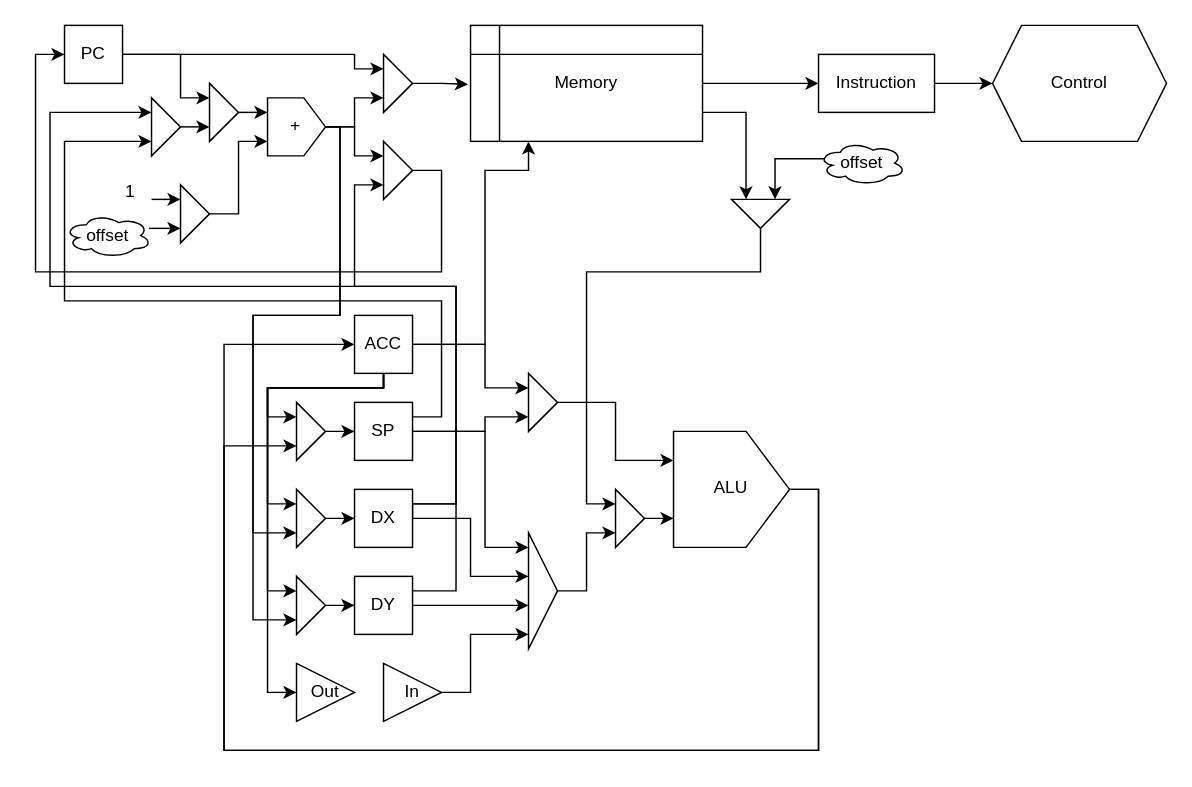
This is Design/datapath.drawio from LithosphereRocketry/Nandy, a draw.io file, before an edit. Source tidied: cells renumbered, new cells numbered last; positions are measured from the earlier drawing's top-left corner, leaving out a move shared by most shapes. Both pictures are drawn from the tidied source at 145%, with x=0, y=0 at pixel (35, 25).
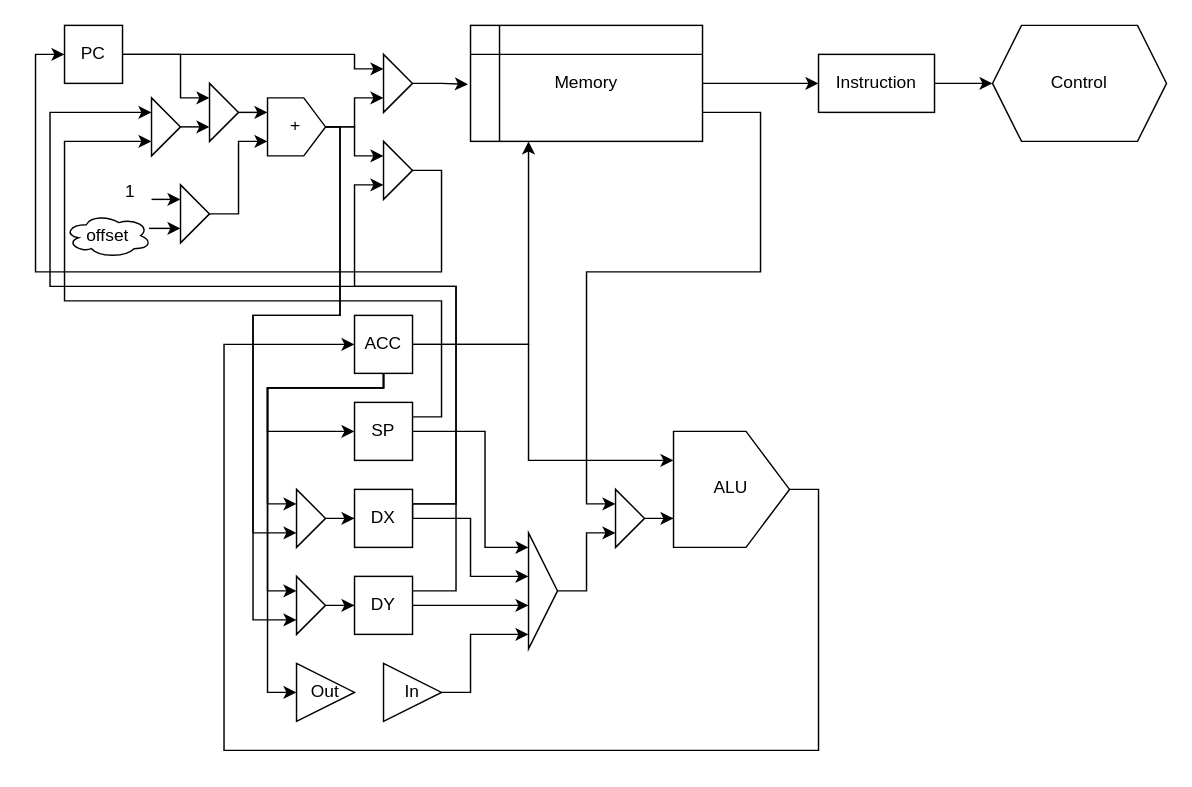
After the change.

Commit message (it also covers changes not shown here):
Datapath updates to remove isp

The change refers to these unchanged cells:
```xml
<mxCell id="4" value="Memory" style="shape=internalStorage;whiteSpace=wrap;html=1;backgroundOutline=1;" parent="1" vertex="1">
  <mxGeometry x="300" width="160" height="80" as="geometry" />
</mxCell>
<mxCell id="31" value="ACC" style="whiteSpace=wrap;html=1;" parent="1" vertex="1">
  <mxGeometry x="220" y="200" width="40" height="40" as="geometry" />
</mxCell>
<mxCell id="35" value="SP" style="whiteSpace=wrap;html=1;" parent="1" vertex="1">
  <mxGeometry x="220" y="260" width="40" height="40" as="geometry" />
</mxCell>
<mxCell id="64" value="ALU" style="shape=offPageConnector;whiteSpace=wrap;html=1;rotation=-90;textDirection=vertical-lr;" parent="1" vertex="1">
  <mxGeometry x="440" y="280" width="80" height="80" as="geometry" />
</mxCell>
<mxCell id="68" style="triangle;whiteSpace=wrap;html=1;rotation=0;" parent="1" vertex="1">
  <mxGeometry x="400" y="320" width="20" height="40" as="geometry" />
</mxCell>
```

The edit, as a diff of the source:
```diff
@@
-    <mxCell id="3" style="edgeStyle=orthogonalEdgeStyle;rounded=0;jettySize=auto;html=1;exitX=1;exitY=0.75;exitDx=0;exitDy=0;entryX=0;entryY=0.75;entryDx=0;entryDy=0;" parent="1" edge="1" source="4" target="66">
-      <mxGeometry relative="1" as="geometry" />
-    </mxCell>
@@
-    <mxCell id="18" style="edgeStyle=orthogonalEdgeStyle;rounded=0;jettySize=auto;html=1;entryX=0;entryY=0.25;entryDx=0;entryDy=0;exitX=0.07;exitY=0.4;exitDx=0;exitDy=0;exitPerimeter=0;" parent="1" edge="1" source="69" target="66">
-      <mxGeometry relative="1" as="geometry" />
-    </mxCell>
@@
-    <mxCell id="25" style="edgeStyle=orthogonalEdgeStyle;rounded=0;jettySize=auto;html=1;entryX=0;entryY=0.25;entryDx=0;entryDy=0;" parent="1" edge="1" source="31" target="54">
+    <mxCell id="25" style="edgeStyle=orthogonalEdgeStyle;rounded=0;jettySize=auto;html=1;entryX=0;entryY=0.5;entryDx=0;entryDy=0;" parent="1" edge="1" source="31" target="35">
       <mxGeometry relative="1" as="geometry">
         <Array as="points">
           <mxPoint x="240" y="250" />
           <mxPoint x="160" y="250" />
-          <mxPoint x="160" y="270" />
+          <mxPoint x="160" y="280" />
         </Array>
       </mxGeometry>
     </mxCell>
@@
-    <mxCell id="29" style="edgeStyle=orthogonalEdgeStyle;rounded=0;jettySize=auto;html=1;entryX=0;entryY=0.25;entryDx=0;entryDy=0;" parent="1" edge="1" source="31" target="61">
-      <mxGeometry relative="1" as="geometry">
-        <Array as="points">
-          <mxPoint x="310" y="220" />
-          <mxPoint x="310" y="250" />
-        </Array>
-      </mxGeometry>
-    </mxCell>
     <mxCell id="30" style="edgeStyle=orthogonalEdgeStyle;rounded=0;jettySize=auto;html=1;exitX=1;exitY=0.5;exitDx=0;exitDy=0;entryX=0.25;entryY=1;entryDx=0;entryDy=0;" parent="1" edge="1" source="31" target="4">
       <mxGeometry relative="1" as="geometry">
         <Array as="points">
-          <mxPoint x="310" y="220" />
-          <mxPoint x="310" y="100" />
-          <mxPoint x="340" y="100" />
+          <mxPoint x="340" y="220" />
         </Array>
       </mxGeometry>
     </mxCell>
@@
-    <mxCell id="34" style="edgeStyle=orthogonalEdgeStyle;rounded=0;jettySize=auto;html=1;entryX=0;entryY=0.75;entryDx=0;entryDy=0;" parent="1" edge="1" source="35" target="61">
-      <mxGeometry relative="1" as="geometry">
-        <Array as="points">
-          <mxPoint x="310" y="280" />
-          <mxPoint x="310" y="270" />
-        </Array>
-      </mxGeometry>
-    </mxCell>
@@
-    <mxCell id="53" style="edgeStyle=orthogonalEdgeStyle;rounded=0;jettySize=auto;html=1;entryX=0;entryY=0.5;entryDx=0;entryDy=0;" parent="1" edge="1" source="54" target="35">
-      <mxGeometry relative="1" as="geometry" />
-    </mxCell>
-    <mxCell id="54" style="triangle;whiteSpace=wrap;html=1;" parent="1" vertex="1">
-      <mxGeometry x="180" y="260" width="20" height="40" as="geometry" />
-    </mxCell>
@@
-    <mxCell id="60" style="edgeStyle=orthogonalEdgeStyle;rounded=0;jettySize=auto;html=1;entryX=0.75;entryY=0;entryDx=0;entryDy=0;" parent="1" edge="1" source="61" target="64">
+    <mxCell id="60" style="edgeStyle=orthogonalEdgeStyle;rounded=0;jettySize=auto;html=1;entryX=0.75;entryY=0;entryDx=0;entryDy=0;exitX=1;exitY=0.5;exitDx=0;exitDy=0;" parent="1" edge="1" source="31" target="64">
       <mxGeometry relative="1" as="geometry">
         <Array as="points">
-          <mxPoint x="400" y="260" />
-          <mxPoint x="400" y="300" />
+          <mxPoint x="340" y="220" />
+          <mxPoint x="340" y="300" />
         </Array>
       </mxGeometry>
     </mxCell>
-    <mxCell id="61" style="triangle;whiteSpace=wrap;html=1;" parent="1" vertex="1">
-      <mxGeometry x="340" y="240" width="20" height="40" as="geometry" />
-    </mxCell>
@@
-    <mxCell id="63" style="edgeStyle=orthogonalEdgeStyle;rounded=0;jettySize=auto;html=1;entryX=0;entryY=0.75;entryDx=0;entryDy=0;" parent="1" edge="1" source="64" target="54">
-      <mxGeometry relative="1" as="geometry">
-        <Array as="points">
-          <mxPoint x="540" y="320" />
-          <mxPoint x="540" y="500" />
-          <mxPoint x="130" y="500" />
-          <mxPoint x="130" y="290" />
-        </Array>
-      </mxGeometry>
-    </mxCell>
@@
-    <mxCell id="65" style="edgeStyle=orthogonalEdgeStyle;rounded=0;jettySize=auto;html=1;entryX=0;entryY=0.25;entryDx=0;entryDy=0;" parent="1" edge="1" source="66" target="68">
+    <mxCell id="65" style="edgeStyle=orthogonalEdgeStyle;rounded=0;jettySize=auto;html=1;entryX=0;entryY=0.25;entryDx=0;entryDy=0;exitX=1;exitY=0.75;exitDx=0;exitDy=0;" parent="1" edge="1" source="4" target="68">
       <mxGeometry relative="1" as="geometry">
         <Array as="points">
+          <mxPoint x="500" y="60" />
           <mxPoint x="500" y="170" />
           <mxPoint x="380" y="170" />
           <mxPoint x="380" y="330" />
         </Array>
       </mxGeometry>
     </mxCell>
-    <mxCell id="66" style="triangle;whiteSpace=wrap;html=1;rotation=90;" parent="1" vertex="1">
-      <mxGeometry x="490" y="110" width="20" height="40" as="geometry" />
-    </mxCell>
@@
-    <mxCell id="69" value="offset" style="ellipse;shape=cloud;whiteSpace=wrap;html=1;" parent="1" vertex="1">
-      <mxGeometry x="540" y="80" width="60" height="30" as="geometry" />
-    </mxCell>
```
